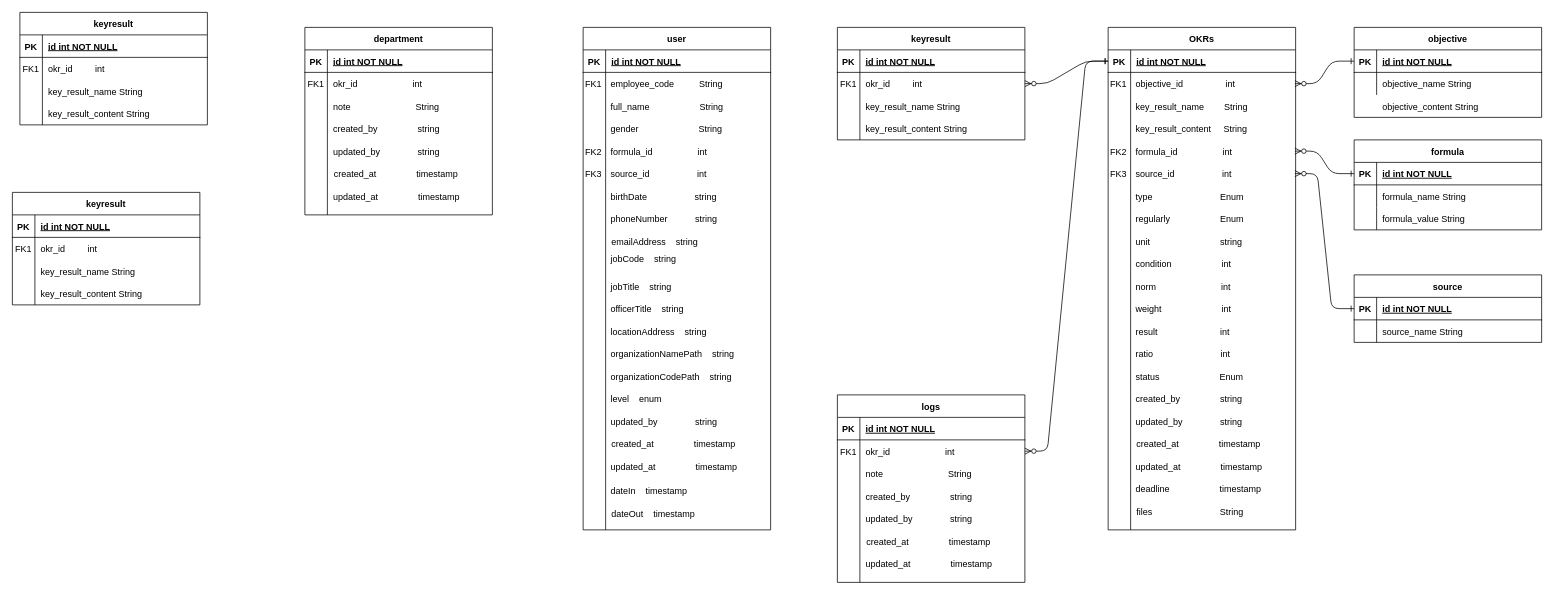
Giangphhe228/employeeManage keeps this draw.io diagram as Biểu đồ không có tiêu đề.drawio. Above is the earlier version. Source tidied: cells renumbered, new cells numbered last; positions are measured from the earlier drawing's top-left corner, leaving out a move shared by most shapes. Both pictures are drawn from the tidied source at 75%, with x=0, y=0 at pixel (12, 12).
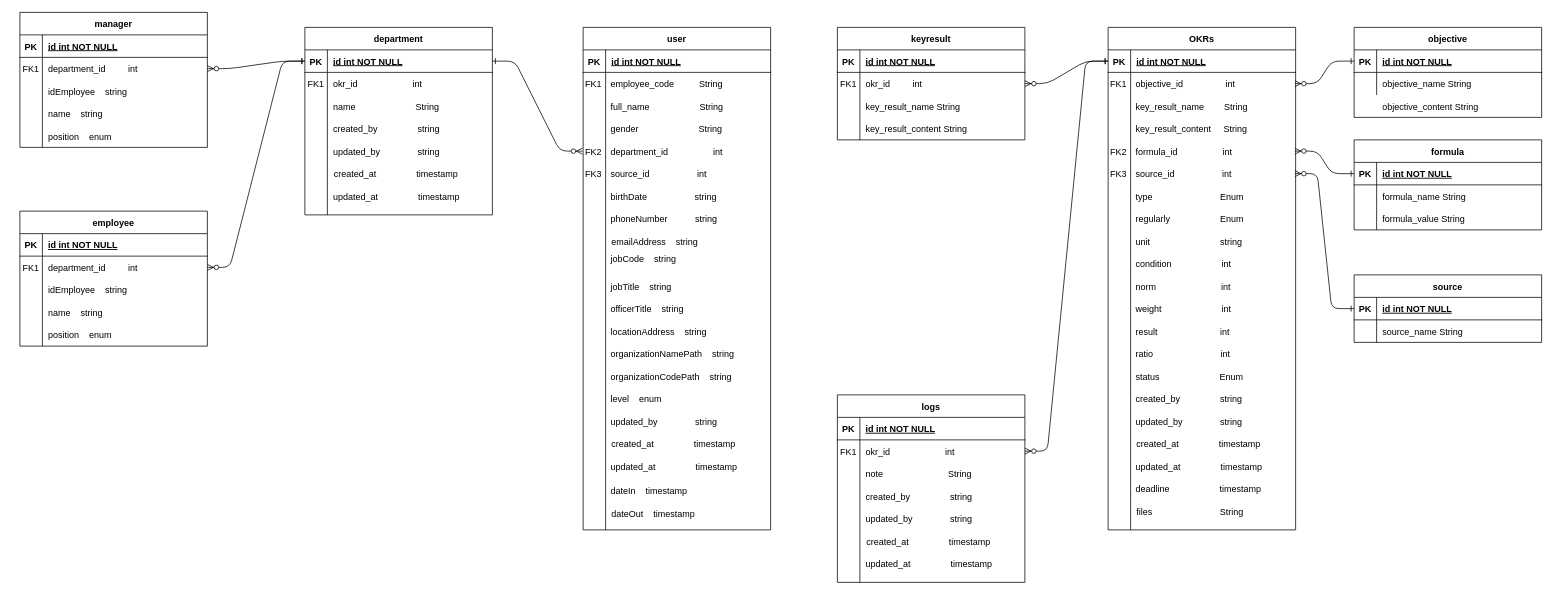
After the change.

Commit message (it also covers changes not shown here):
Cập nhật Biểu đồ không có tiêu đề.drawio

Unchanged cells that the change refers to:
```xml
<mxCell id="141" style="shape=partialRectangle;fillColor=none;points=[[0,0.5],[1,0.5]];portConstraint=eastwest;top=0;left=0;right=0;bottom=0;" parent="1" vertex="1">
  <mxGeometry x="760" y="170" width="250" height="30" as="geometry" />
</mxCell>
<mxCell id="185" style="shape=partialRectangle;fillColor=none;points=[[0,0.5],[1,0.5]];portConstraint=eastwest;top=0;left=0;right=0;bottom=1;" parent="184" vertex="1">
  <mxGeometry y="30" width="250" height="30" as="geometry" />
</mxCell>
<mxCell id="224" style="shape=partialRectangle;fillColor=none;points=[[0,0.5],[1,0.5]];portConstraint=eastwest;top=0;left=0;right=0;bottom=0;" parent="1" vertex="1">
  <mxGeometry x="10" y="60" width="250" height="30" as="geometry" />
</mxCell>
```

What changed in the source:
```diff
@@
-    <mxCell id="143" value="formula_id                  int" style="shape=partialRectangle;overflow=hidden;fillColor=none;top=0;left=0;bottom=0;right=0;align=left;spacingLeft=6;" parent="141" vertex="1">
+    <mxCell id="143" value="department_id                  int" style="shape=partialRectangle;overflow=hidden;fillColor=none;top=0;left=0;bottom=0;right=0;align=left;spacingLeft=6;" parent="141" vertex="1">
       <mxGeometry x="30" width="220" height="30" as="geometry" />
     </mxCell>
@@
-    <mxCell id="191" value="note                          String" style="shape=partialRectangle;overflow=hidden;fillColor=none;top=0;left=0;bottom=0;right=0;align=left;spacingLeft=6;" parent="1" vertex="1">
+    <mxCell id="191" value="name                        String" style="shape=partialRectangle;overflow=hidden;fillColor=none;top=0;left=0;bottom=0;right=0;align=left;spacingLeft=6;" parent="1" vertex="1">
       <mxGeometry x="420" y="110" width="220" height="30" as="geometry" />
     </mxCell>
@@
-    <mxCell id="203" value="keyresult" style="shape=table;startSize=30;childLayout=tableLayout;rowLines=0;fontStyle=1;align=center;" parent="1" vertex="1">
-      <mxGeometry y="240" width="250" height="150" as="geometry" />
-    </mxCell>
-    <mxCell id="204" style="shape=partialRectangle;fillColor=none;top=0;left=0;right=0;bottom=1;" parent="203" vertex="1">
-      <mxGeometry y="30" width="250" height="30" as="geometry" />
-    </mxCell>
-    <mxCell id="205" value="PK" style="shape=partialRectangle;overflow=hidden;fillColor=none;top=0;left=0;bottom=0;right=0;fontStyle=1;" parent="204" vertex="1">
-      <mxGeometry width="30" height="30" as="geometry" />
-    </mxCell>
-    <mxCell id="206" value="id int NOT NULL " style="shape=partialRectangle;overflow=hidden;fillColor=none;top=0;left=0;bottom=0;right=0;align=left;spacingLeft=6;fontStyle=5;" parent="204" vertex="1">
-      <mxGeometry x="30" width="220" height="30" as="geometry" />
-    </mxCell>
-    <mxCell id="207" style="shape=partialRectangle;fillColor=none;top=0;left=0;right=0;bottom=0;" parent="203" vertex="1">
-      <mxGeometry y="60" width="250" height="90" as="geometry" />
-    </mxCell>
-    <mxCell id="208" style="shape=partialRectangle;overflow=hidden;fillColor=none;top=0;left=0;bottom=0;right=0;" parent="207" vertex="1">
-      <mxGeometry width="30" height="90" as="geometry" />
-    </mxCell>
-    <mxCell id="209" style="shape=partialRectangle;overflow=hidden;fillColor=none;top=0;left=0;bottom=0;right=0;align=left;spacingLeft=6;" parent="207" vertex="1">
-      <mxGeometry x="30" width="220" height="90" as="geometry" />
-    </mxCell>
-    <mxCell id="210" value="key_result_name String" style="shape=partialRectangle;overflow=hidden;fillColor=none;top=0;left=0;bottom=0;right=0;align=left;spacingLeft=6;" parent="1" vertex="1">
-      <mxGeometry x="30" y="330" width="220" height="30" as="geometry" />
-    </mxCell>
-    <mxCell id="211" value="key_result_content String" style="shape=partialRectangle;overflow=hidden;fillColor=none;top=0;left=0;bottom=0;right=0;align=left;spacingLeft=6;" parent="1" vertex="1">
-      <mxGeometry x="30" y="360" width="220" height="30" as="geometry" />
-    </mxCell>
-    <mxCell id="212" style="shape=partialRectangle;fillColor=none;top=0;left=0;right=0;bottom=0;" parent="1" vertex="1">
-      <mxGeometry y="300" width="250" height="30" as="geometry" />
-    </mxCell>
-    <mxCell id="213" value="FK1" style="shape=partialRectangle;overflow=hidden;fillColor=none;top=0;left=0;bottom=0;right=0;" parent="212" vertex="1">
-      <mxGeometry width="30" height="30" as="geometry" />
-    </mxCell>
-    <mxCell id="214" value="okr_id         int" style="shape=partialRectangle;overflow=hidden;fillColor=none;top=0;left=0;bottom=0;right=0;align=left;spacingLeft=6;" parent="212" vertex="1">
-      <mxGeometry x="30" width="220" height="30" as="geometry" />
-    </mxCell>
-    <mxCell id="215" value="keyresult" style="shape=table;startSize=30;childLayout=tableLayout;rowLines=0;fontStyle=1;align=center;" parent="1" vertex="1">
-      <mxGeometry x="10" width="250" height="150" as="geometry" />
+    <mxCell id="215" value="manager" style="shape=table;startSize=30;childLayout=tableLayout;rowLines=0;fontStyle=1;align=center;" parent="1" vertex="1">
+      <mxGeometry x="10" width="250" height="180" as="geometry" />
     </mxCell>
@@
     <mxCell id="219" style="shape=partialRectangle;fillColor=none;top=0;left=0;right=0;bottom=0;" parent="215" vertex="1">
-      <mxGeometry y="60" width="250" height="90" as="geometry" />
+      <mxGeometry y="60" width="250" height="120" as="geometry" />
     </mxCell>
     <mxCell id="220" style="shape=partialRectangle;overflow=hidden;fillColor=none;top=0;left=0;bottom=0;right=0;" parent="219" vertex="1">
-      <mxGeometry width="30" height="90" as="geometry" />
+      <mxGeometry width="30" height="120" as="geometry" />
     </mxCell>
     <mxCell id="221" style="shape=partialRectangle;overflow=hidden;fillColor=none;top=0;left=0;bottom=0;right=0;align=left;spacingLeft=6;" parent="219" vertex="1">
-      <mxGeometry x="30" width="220" height="90" as="geometry" />
+      <mxGeometry x="30" width="220" height="120" as="geometry" />
     </mxCell>
-    <mxCell id="222" value="key_result_name String" style="shape=partialRectangle;overflow=hidden;fillColor=none;top=0;left=0;bottom=0;right=0;align=left;spacingLeft=6;" parent="1" vertex="1">
+    <mxCell id="222" value="idEmployee    string" style="shape=partialRectangle;overflow=hidden;fillColor=none;top=0;left=0;bottom=0;right=0;align=left;spacingLeft=6;" parent="1" vertex="1">
       <mxGeometry x="40" y="90" width="220" height="30" as="geometry" />
     </mxCell>
-    <mxCell id="223" value="key_result_content String" style="shape=partialRectangle;overflow=hidden;fillColor=none;top=0;left=0;bottom=0;right=0;align=left;spacingLeft=6;" parent="1" vertex="1">
+    <mxCell id="223" value="name    string" style="shape=partialRectangle;overflow=hidden;fillColor=none;top=0;left=0;bottom=0;right=0;align=left;spacingLeft=6;" parent="1" vertex="1">
       <mxGeometry x="40" y="120" width="220" height="30" as="geometry" />
     </mxCell>
@@
-    <mxCell id="226" value="okr_id         int" style="shape=partialRectangle;overflow=hidden;fillColor=none;top=0;left=0;bottom=0;right=0;align=left;spacingLeft=6;" parent="224" vertex="1">
+    <mxCell id="226" value="department_id         int" style="shape=partialRectangle;overflow=hidden;fillColor=none;top=0;left=0;bottom=0;right=0;align=left;spacingLeft=6;" parent="224" vertex="1">
       <mxGeometry x="30" width="220" height="30" as="geometry" />
     </mxCell>
+    <mxCell id="227" style="edgeStyle=entityRelationEdgeStyle;endArrow=ERzeroToMany;startArrow=ERone;endFill=1;startFill=0;entryX=0;entryY=0.5;entryDx=0;entryDy=0;exitX=1;exitY=0.5;exitDx=0;exitDy=0;" parent="1" edge="1" source="185" target="141">
+      <mxGeometry relative="1" as="geometry">
+        <Array as="points">
+          <mxPoint x="1730" y="120" />
+          <mxPoint x="1760" y="110" />
+        </Array>
+      </mxGeometry>
+    </mxCell>
+    <mxCell id="228" value="position    enum" style="shape=partialRectangle;overflow=hidden;fillColor=none;top=0;left=0;bottom=0;right=0;align=left;spacingLeft=6;" parent="1" vertex="1">
+      <mxGeometry x="40" y="150" width="220" height="30" as="geometry" />
+    </mxCell>
+    <mxCell id="229" value="employee" style="shape=table;startSize=30;childLayout=tableLayout;rowLines=0;fontStyle=1;align=center;" parent="1" vertex="1">
+      <mxGeometry x="10" y="265" width="250" height="180" as="geometry" />
+    </mxCell>
+    <mxCell id="204" style="shape=partialRectangle;fillColor=none;top=0;left=0;right=0;bottom=1;" parent="229" vertex="1">
+      <mxGeometry y="30" width="250" height="30" as="geometry" />
+    </mxCell>
+    <mxCell id="205" value="PK" style="shape=partialRectangle;overflow=hidden;fillColor=none;top=0;left=0;bottom=0;right=0;fontStyle=1;" parent="204" vertex="1">
+      <mxGeometry width="30" height="30" as="geometry" />
+    </mxCell>
+    <mxCell id="206" value="id int NOT NULL " style="shape=partialRectangle;overflow=hidden;fillColor=none;top=0;left=0;bottom=0;right=0;align=left;spacingLeft=6;fontStyle=5;" parent="204" vertex="1">
+      <mxGeometry x="30" width="220" height="30" as="geometry" />
+    </mxCell>
+    <mxCell id="230" style="shape=partialRectangle;fillColor=none;top=0;left=0;right=0;bottom=0;" parent="229" vertex="1">
+      <mxGeometry y="60" width="250" height="120" as="geometry" />
+    </mxCell>
+    <mxCell id="231" style="shape=partialRectangle;overflow=hidden;fillColor=none;top=0;left=0;bottom=0;right=0;" parent="230" vertex="1">
+      <mxGeometry width="30" height="120" as="geometry" />
+    </mxCell>
+    <mxCell id="232" style="shape=partialRectangle;overflow=hidden;fillColor=none;top=0;left=0;bottom=0;right=0;align=left;spacingLeft=6;" parent="230" vertex="1">
+      <mxGeometry x="30" width="220" height="120" as="geometry" />
+    </mxCell>
+    <mxCell id="233" value="idEmployee    string" style="shape=partialRectangle;overflow=hidden;fillColor=none;top=0;left=0;bottom=0;right=0;align=left;spacingLeft=6;" parent="1" vertex="1">
+      <mxGeometry x="40" y="355" width="220" height="30" as="geometry" />
+    </mxCell>
+    <mxCell id="234" value="name    string" style="shape=partialRectangle;overflow=hidden;fillColor=none;top=0;left=0;bottom=0;right=0;align=left;spacingLeft=6;" parent="1" vertex="1">
+      <mxGeometry x="40" y="385" width="220" height="30" as="geometry" />
+    </mxCell>
+    <mxCell id="235" style="shape=partialRectangle;fillColor=none;points=[[0,0.5],[1,0.5]];portConstraint=eastwest;top=0;left=0;right=0;bottom=0;" parent="1" vertex="1">
+      <mxGeometry x="10" y="325" width="250" height="30" as="geometry" />
+    </mxCell>
+    <mxCell id="213" value="FK1" style="shape=partialRectangle;overflow=hidden;fillColor=none;top=0;left=0;bottom=0;right=0;" parent="235" vertex="1">
+      <mxGeometry width="30" height="30" as="geometry" />
+    </mxCell>
+    <mxCell id="236" value="department_id         int" style="shape=partialRectangle;overflow=hidden;fillColor=none;top=0;left=0;bottom=0;right=0;align=left;spacingLeft=6;" parent="235" vertex="1">
+      <mxGeometry x="30" width="220" height="30" as="geometry" />
+    </mxCell>
+    <mxCell id="237" value="position    enum" style="shape=partialRectangle;overflow=hidden;fillColor=none;top=0;left=0;bottom=0;right=0;align=left;spacingLeft=6;" parent="1" vertex="1">
+      <mxGeometry x="40" y="415" width="220" height="30" as="geometry" />
+    </mxCell>
+    <mxCell id="238" style="edgeStyle=entityRelationEdgeStyle;endArrow=ERzeroToMany;startArrow=ERone;endFill=1;startFill=0;entryX=1;entryY=0.5;entryDx=0;entryDy=0;exitX=0;exitY=0.5;exitDx=0;exitDy=0;" parent="1" edge="1" source="185" target="224">
+      <mxGeometry relative="1" as="geometry">
+        <Array as="points">
+          <mxPoint x="1740" y="130" />
+          <mxPoint x="690" y="180" />
+          <mxPoint x="1770" y="120" />
+        </Array>
+      </mxGeometry>
+    </mxCell>
+    <mxCell id="239" style="edgeStyle=entityRelationEdgeStyle;endArrow=ERzeroToMany;startArrow=ERone;endFill=1;startFill=0;entryX=1;entryY=0.5;entryDx=0;entryDy=0;exitX=0;exitY=0.5;exitDx=0;exitDy=0;" parent="1" edge="1" source="185" target="235">
+      <mxGeometry relative="1" as="geometry">
+        <Array as="points">
+          <mxPoint x="1750" y="140" />
+          <mxPoint x="700" y="190" />
+          <mxPoint x="1780" y="130" />
+        </Array>
+      </mxGeometry>
+    </mxCell>
```
